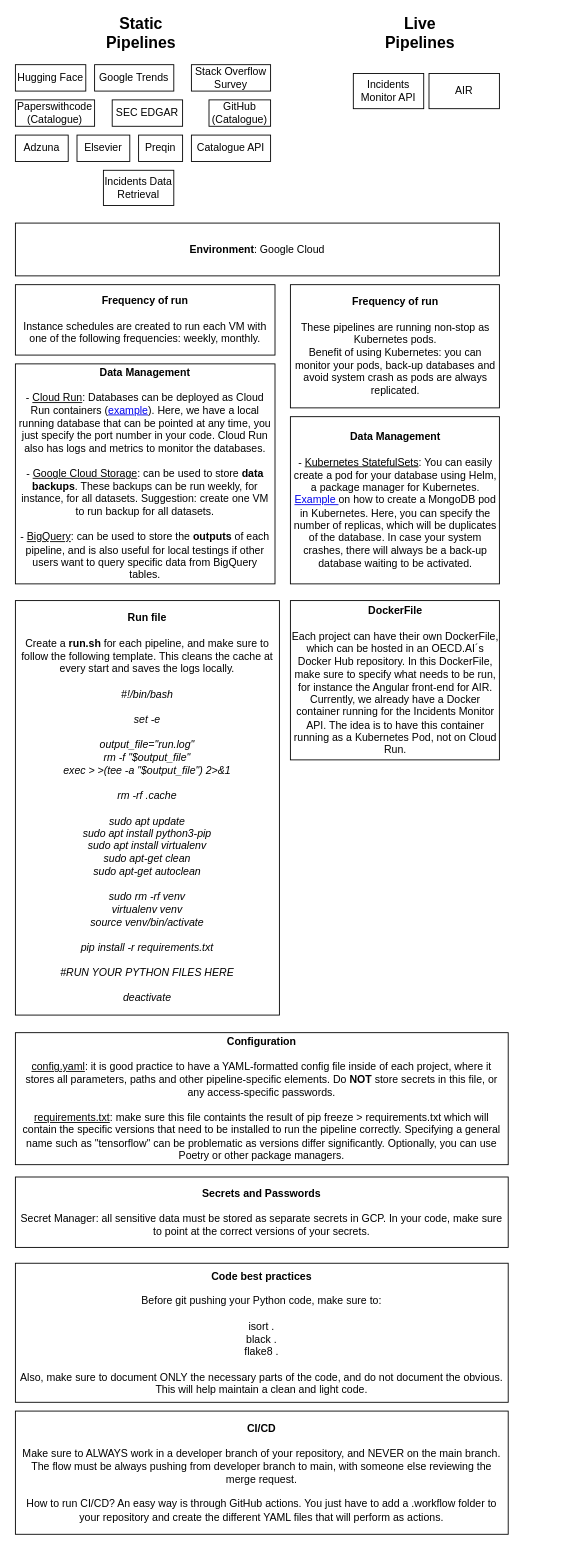
This is OECD-AI-Infrastructure.drawio from fabio-oecd/oecd-ai-infrastructure, a draw.io file, before an edit. Source tidied: cells renumbered, new cells numbered last; positions are measured from the earlier drawing's top-left corner, leaving out a move shared by most shapes. Both pictures are drawn from the tidied source at 88%, with x=0, y=0 at pixel (15, 20).
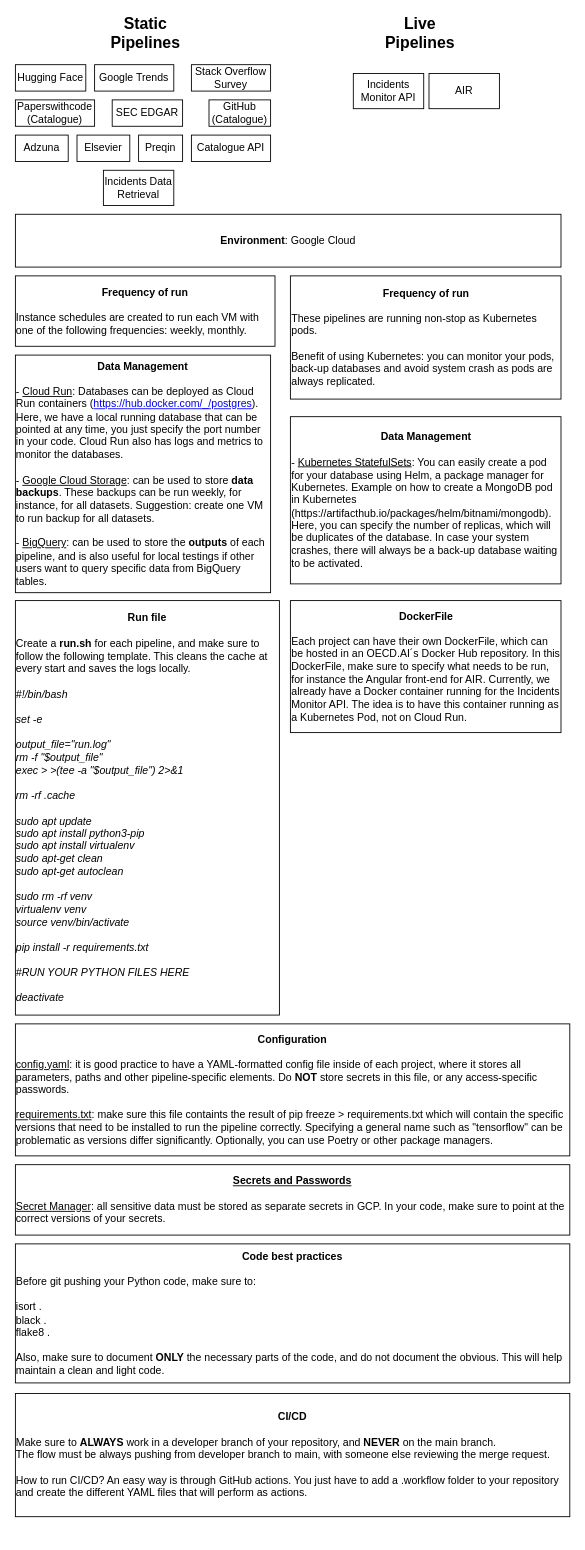
The same diagram, later.

Diff of the diagram source:
```diff
@@
     <mxCell id="2" value="&lt;b&gt;&lt;font style=&quot;font-size: 18px;&quot;&gt;Static Pipelines&lt;/font&gt;&lt;/b&gt;" style="text;html=1;align=center;verticalAlign=middle;whiteSpace=wrap;rounded=0;" parent="1" vertex="1">
-      <mxGeometry x="112.5" width="60" height="30" as="geometry" />
+      <mxGeometry x="117.5" width="60" height="30" as="geometry" />
     </mxCell>
@@
-    <mxCell id="17" value="&lt;b&gt;Data Management&lt;/b&gt;&lt;div&gt;&lt;br&gt;&lt;/div&gt;&lt;div&gt;- &lt;u&gt;Cloud Run&lt;/u&gt;:&amp;nbsp;&lt;span style=&quot;background-color: initial;&quot;&gt;Databases can be deployed as Cloud Run containers (&lt;/span&gt;&lt;a style=&quot;background-color: initial;&quot; href=&quot;https://hub.docker.com/_/postgres&quot;&gt;example&lt;/a&gt;&lt;span style=&quot;background-color: initial;&quot;&gt;). Here, we have a local running database that can be pointed at any time, you just specify the port number in your code. Cloud Run also has logs and metrics to monitor the databases.&lt;/span&gt;&lt;/div&gt;&lt;div&gt;&lt;span style=&quot;background-color: initial;&quot;&gt;&lt;br&gt;&lt;/span&gt;&lt;/div&gt;&lt;div&gt;&lt;span style=&quot;background-color: initial;&quot;&gt;- &lt;u&gt;Google Cloud Storage&lt;/u&gt;: can be used to store &lt;b&gt;data backups&lt;/b&gt;. These backups can be run weekly, for instance, for all datasets. Suggestion: create one VM to run backup for all datasets.&lt;/span&gt;&lt;/div&gt;&lt;div&gt;&lt;span style=&quot;background-color: initial;&quot;&gt;&lt;br&gt;&lt;/span&gt;&lt;/div&gt;&lt;div&gt;&lt;span style=&quot;background-color: initial;&quot;&gt;- &lt;u&gt;BigQuery&lt;/u&gt;: can be used to store the &lt;b&gt;outputs &lt;/b&gt;of each pipeline, and is also useful for local testings if other users want to query specific data from BigQuery tables.&lt;/span&gt;&lt;/div&gt;" style="rounded=0;whiteSpace=wrap;html=1;" parent="1" vertex="1">
-      <mxGeometry y="390" width="295" height="250" as="geometry" />
+    <mxCell id="17" value="&lt;b&gt;Data Management&lt;/b&gt;&lt;div&gt;&lt;br&gt;&lt;/div&gt;&lt;div style=&quot;text-align: left;&quot;&gt;- &lt;u&gt;Cloud Run&lt;/u&gt;:&amp;nbsp;&lt;span style=&quot;background-color: initial;&quot;&gt;Databases can be deployed as Cloud Run containers (&lt;/span&gt;&lt;a style=&quot;background-color: initial;&quot; href=&quot;https://hub.docker.com/_/postgres&quot;&gt;https://hub.docker.com/_/postgres&lt;/a&gt;&lt;span style=&quot;background-color: initial;&quot;&gt;). Here, we have a local running database that can be pointed at any time, you just specify the port number in your code. Cloud Run also has logs and metrics to monitor the databases.&lt;/span&gt;&lt;/div&gt;&lt;div style=&quot;text-align: left;&quot;&gt;&lt;span style=&quot;background-color: initial;&quot;&gt;&lt;br&gt;&lt;/span&gt;&lt;/div&gt;&lt;div style=&quot;text-align: left;&quot;&gt;&lt;span style=&quot;background-color: initial;&quot;&gt;- &lt;u&gt;Google Cloud Storage&lt;/u&gt;: can be used to store &lt;b&gt;data backups&lt;/b&gt;. These backups can be run weekly, for instance, for all datasets. Suggestion: create one VM to run backup for all datasets.&lt;/span&gt;&lt;/div&gt;&lt;div style=&quot;text-align: left;&quot;&gt;&lt;span style=&quot;background-color: initial;&quot;&gt;&lt;br&gt;&lt;/span&gt;&lt;/div&gt;&lt;div style=&quot;text-align: left;&quot;&gt;&lt;span style=&quot;background-color: initial;&quot;&gt;- &lt;u&gt;BigQuery&lt;/u&gt;: can be used to store the &lt;b&gt;outputs &lt;/b&gt;of each pipeline, and is also useful for local testings if other users want to query specific data from BigQuery tables.&lt;/span&gt;&lt;/div&gt;" style="rounded=0;whiteSpace=wrap;html=1;" parent="1" vertex="1">
+      <mxGeometry y="380" width="290" height="270" as="geometry" />
     </mxCell>
-    <mxCell id="18" value="&lt;b&gt;Configuration&lt;/b&gt;&lt;div&gt;&lt;br&gt;&lt;/div&gt;&lt;div&gt;&lt;u&gt;config.yaml&lt;/u&gt;: it is good practice to have a YAML-formatted config file inside of each project, where it stores all parameters, paths and other pipeline-specific elements. Do &lt;b&gt;NOT &lt;/b&gt;store secrets in this file, or any access-specific passwords.&lt;/div&gt;&lt;div&gt;&lt;br&gt;&lt;/div&gt;&lt;div&gt;&lt;u&gt;requirements.txt&lt;/u&gt;: make sure this file containts the result of pip freeze &amp;gt; requirements.txt which will contain the specific versions that need to be installed to run the pipeline correctly. Specifying a general name such as &quot;tensorflow&quot; can be problematic as versions differ significantly. Optionally, you can use Poetry or other package managers.&lt;/div&gt;" style="rounded=0;whiteSpace=wrap;html=1;" parent="1" vertex="1">
-      <mxGeometry y="1150" width="560" height="150" as="geometry" />
+    <mxCell id="18" value="&lt;b&gt;Configuration&lt;/b&gt;&lt;div&gt;&lt;br&gt;&lt;/div&gt;&lt;div style=&quot;text-align: left;&quot;&gt;&lt;u&gt;config.yaml&lt;/u&gt;: it is good practice to have a YAML-formatted config file inside of each project, where it stores all parameters, paths and other pipeline-specific elements. Do &lt;b&gt;NOT &lt;/b&gt;store secrets in this file, or any access-specific passwords.&lt;/div&gt;&lt;div style=&quot;text-align: left;&quot;&gt;&lt;br&gt;&lt;/div&gt;&lt;div style=&quot;text-align: left;&quot;&gt;&lt;u&gt;requirements.txt&lt;/u&gt;: make sure this file containts the result of pip freeze &amp;gt; requirements.txt which will contain the specific versions that need to be installed to run the pipeline correctly. Specifying a general name such as &quot;tensorflow&quot; can be problematic as versions differ significantly. Optionally, you can use Poetry or other package managers.&lt;/div&gt;" style="rounded=0;whiteSpace=wrap;html=1;" parent="1" vertex="1">
+      <mxGeometry y="1140" width="630" height="150" as="geometry" />
     </mxCell>
-    <mxCell id="19" value="&lt;b&gt;Frequency of run&lt;/b&gt;&lt;div&gt;&lt;b&gt;&lt;br&gt;&lt;/b&gt;&lt;div&gt;Instance schedules are created to run each VM with one of the following frequencies: w&lt;span style=&quot;background-color: initial;&quot;&gt;eekly, m&lt;/span&gt;&lt;span style=&quot;background-color: initial;&quot;&gt;onthly.&lt;/span&gt;&lt;/div&gt;&lt;/div&gt;" style="rounded=0;whiteSpace=wrap;html=1;" parent="1" vertex="1">
-      <mxGeometry y="300" width="295" height="80" as="geometry" />
+    <mxCell id="19" value="&lt;b&gt;Frequency of run&lt;/b&gt;&lt;div&gt;&lt;b&gt;&lt;br&gt;&lt;/b&gt;&lt;div style=&quot;text-align: left;&quot;&gt;Instance schedules are created to run each VM with one of the following frequencies: w&lt;span style=&quot;background-color: initial;&quot;&gt;eekly, m&lt;/span&gt;&lt;span style=&quot;background-color: initial;&quot;&gt;onthly.&lt;/span&gt;&lt;/div&gt;&lt;/div&gt;" style="rounded=0;whiteSpace=wrap;html=1;" parent="1" vertex="1">
+      <mxGeometry y="290" width="295" height="80" as="geometry" />
     </mxCell>
-    <mxCell id="20" value="&lt;div&gt;&lt;b&gt;Secrets and Passwords&lt;/b&gt;&lt;/div&gt;&lt;div&gt;&lt;b&gt;&lt;br&gt;&lt;/b&gt;&lt;/div&gt;&lt;div&gt;Secret Manager: all sensitive data must be stored as separate secrets in GCP. In your code, make sure to point at the correct versions of your secrets.&lt;/div&gt;" style="rounded=0;whiteSpace=wrap;html=1;" parent="1" vertex="1">
-      <mxGeometry y="1314" width="560" height="80" as="geometry" />
+    <mxCell id="20" value="&lt;div&gt;&lt;b&gt;&lt;u&gt;Secrets and Passwords&lt;/u&gt;&lt;/b&gt;&lt;/div&gt;&lt;div&gt;&lt;b&gt;&lt;u&gt;&lt;br&gt;&lt;/u&gt;&lt;/b&gt;&lt;/div&gt;&lt;div style=&quot;text-align: left;&quot;&gt;&lt;u&gt;Secret Manager&lt;/u&gt;: all sensitive data must be stored as separate secrets in GCP. In your code, make sure to point at the correct versions of your secrets.&lt;/div&gt;" style="rounded=0;whiteSpace=wrap;html=1;" parent="1" vertex="1">
+      <mxGeometry y="1300" width="630" height="80" as="geometry" />
     </mxCell>
-    <mxCell id="21" value="&lt;div&gt;&lt;b&gt;Code best practices&lt;/b&gt;&lt;/div&gt;&lt;div&gt;&lt;br&gt;&lt;/div&gt;&lt;div&gt;Before git pushing your Python code, make sure to:&lt;/div&gt;&lt;div&gt;&lt;br&gt;&lt;/div&gt;&lt;div&gt;isort .&lt;/div&gt;&lt;div&gt;black .&lt;/div&gt;&lt;div&gt;flake8 .&lt;/div&gt;&lt;div&gt;&lt;br&gt;&lt;/div&gt;&lt;div&gt;Also, make sure to document ONLY the necessary parts of the code, and do not document the obvious. This will help maintain a clean and light code.&lt;/div&gt;" style="rounded=0;whiteSpace=wrap;html=1;" parent="1" vertex="1">
-      <mxGeometry y="1412" width="560" height="158" as="geometry" />
+    <mxCell id="21" value="&lt;div&gt;&lt;b&gt;Code best practices&lt;/b&gt;&lt;/div&gt;&lt;div&gt;&lt;br&gt;&lt;/div&gt;&lt;div style=&quot;text-align: left;&quot;&gt;Before git pushing your Python code, make sure to:&lt;/div&gt;&lt;div style=&quot;text-align: left;&quot;&gt;&lt;br&gt;&lt;/div&gt;&lt;div style=&quot;text-align: left;&quot;&gt;isort .&lt;/div&gt;&lt;div style=&quot;text-align: left;&quot;&gt;black .&lt;/div&gt;&lt;div style=&quot;text-align: left;&quot;&gt;flake8 .&lt;/div&gt;&lt;div style=&quot;text-align: left;&quot;&gt;&lt;br&gt;&lt;/div&gt;&lt;div style=&quot;text-align: left;&quot;&gt;Also, make sure to document &lt;b&gt;ONLY &lt;/b&gt;the necessary parts of the code, and do not document the obvious. This will help maintain a clean and light code.&lt;/div&gt;" style="rounded=0;whiteSpace=wrap;html=1;" parent="1" vertex="1">
+      <mxGeometry y="1390" width="630" height="158" as="geometry" />
     </mxCell>
-    <mxCell id="22" value="&lt;b&gt;Run file&lt;/b&gt;&lt;div&gt;&lt;br&gt;&lt;/div&gt;&lt;div&gt;Create a &lt;b&gt;run.sh&lt;/b&gt; for each pipeline, and make sure to follow the following template. This cleans the cache at every start and saves the logs locally.&lt;/div&gt;&lt;div&gt;&lt;br&gt;&lt;/div&gt;&lt;div&gt;&lt;div&gt;&lt;i&gt;#!/bin/bash&lt;/i&gt;&lt;/div&gt;&lt;div&gt;&lt;i&gt;&lt;br&gt;&lt;/i&gt;&lt;/div&gt;&lt;div&gt;&lt;i&gt;set -e&lt;/i&gt;&lt;/div&gt;&lt;div&gt;&lt;i&gt;&lt;br&gt;&lt;/i&gt;&lt;/div&gt;&lt;div&gt;&lt;i&gt;output_file=&quot;run.log&quot;&lt;/i&gt;&lt;/div&gt;&lt;div&gt;&lt;i&gt;rm -f &quot;$output_file&quot;&lt;/i&gt;&lt;/div&gt;&lt;div&gt;&lt;i&gt;exec &amp;gt; &amp;gt;(tee -a &quot;$output_file&quot;) 2&amp;gt;&amp;amp;1&lt;/i&gt;&lt;/div&gt;&lt;div&gt;&lt;i&gt;&lt;br&gt;&lt;/i&gt;&lt;/div&gt;&lt;div&gt;&lt;i&gt;rm -rf .cache&lt;/i&gt;&lt;/div&gt;&lt;div&gt;&lt;i&gt;&lt;br&gt;&lt;/i&gt;&lt;/div&gt;&lt;div&gt;&lt;i&gt;sudo apt update&lt;/i&gt;&lt;/div&gt;&lt;div&gt;&lt;i&gt;sudo apt install python3-pip&lt;/i&gt;&lt;/div&gt;&lt;div&gt;&lt;i&gt;sudo apt install virtualenv&lt;/i&gt;&lt;/div&gt;&lt;div&gt;&lt;i&gt;sudo apt-get clean&lt;/i&gt;&lt;/div&gt;&lt;div&gt;&lt;i&gt;sudo apt-get autoclean&lt;/i&gt;&lt;/div&gt;&lt;div&gt;&lt;i&gt;&lt;br&gt;&lt;/i&gt;&lt;/div&gt;&lt;div&gt;&lt;i&gt;sudo rm -rf venv&lt;/i&gt;&lt;/div&gt;&lt;div&gt;&lt;i&gt;virtualenv venv&lt;/i&gt;&lt;/div&gt;&lt;div&gt;&lt;i&gt;source venv/bin/activate&lt;/i&gt;&lt;/div&gt;&lt;div&gt;&lt;i&gt;&lt;br&gt;&lt;/i&gt;&lt;/div&gt;&lt;div&gt;&lt;i&gt;pip install -r requirements.txt&lt;/i&gt;&lt;/div&gt;&lt;div&gt;&lt;i&gt;&lt;br&gt;&lt;/i&gt;&lt;/div&gt;&lt;div&gt;&lt;i&gt;#RUN YOUR PYTHON FILES HERE&lt;/i&gt;&lt;/div&gt;&lt;div&gt;&lt;i&gt;&lt;br&gt;&lt;/i&gt;&lt;/div&gt;&lt;div&gt;&lt;i&gt;deactivate&lt;/i&gt;&lt;/div&gt;&lt;/div&gt;" style="rounded=0;whiteSpace=wrap;html=1;" parent="1" vertex="1">
+    <mxCell id="22" value="&lt;b&gt;Run file&lt;/b&gt;&lt;div&gt;&lt;br&gt;&lt;/div&gt;&lt;div style=&quot;text-align: left;&quot;&gt;Create a &lt;b&gt;run.sh&lt;/b&gt; for each pipeline, and make sure to follow the following template. This cleans the cache at every start and saves the logs locally.&lt;/div&gt;&lt;div style=&quot;text-align: left;&quot;&gt;&lt;br&gt;&lt;/div&gt;&lt;div&gt;&lt;div style=&quot;text-align: left;&quot;&gt;&lt;i&gt;#!/bin/bash&lt;/i&gt;&lt;/div&gt;&lt;div style=&quot;text-align: left;&quot;&gt;&lt;i&gt;&lt;br&gt;&lt;/i&gt;&lt;/div&gt;&lt;div style=&quot;text-align: left;&quot;&gt;&lt;i&gt;set -e&lt;/i&gt;&lt;/div&gt;&lt;div style=&quot;text-align: left;&quot;&gt;&lt;i&gt;&lt;br&gt;&lt;/i&gt;&lt;/div&gt;&lt;div style=&quot;text-align: left;&quot;&gt;&lt;i&gt;output_file=&quot;run.log&quot;&lt;/i&gt;&lt;/div&gt;&lt;div style=&quot;text-align: left;&quot;&gt;&lt;i&gt;rm -f &quot;$output_file&quot;&lt;/i&gt;&lt;/div&gt;&lt;div style=&quot;text-align: left;&quot;&gt;&lt;i&gt;exec &amp;gt; &amp;gt;(tee -a &quot;$output_file&quot;) 2&amp;gt;&amp;amp;1&lt;/i&gt;&lt;/div&gt;&lt;div style=&quot;text-align: left;&quot;&gt;&lt;i&gt;&lt;br&gt;&lt;/i&gt;&lt;/div&gt;&lt;div style=&quot;text-align: left;&quot;&gt;&lt;i&gt;rm -rf .cache&lt;/i&gt;&lt;/div&gt;&lt;div style=&quot;text-align: left;&quot;&gt;&lt;i&gt;&lt;br&gt;&lt;/i&gt;&lt;/div&gt;&lt;div style=&quot;text-align: left;&quot;&gt;&lt;i&gt;sudo apt update&lt;/i&gt;&lt;/div&gt;&lt;div style=&quot;text-align: left;&quot;&gt;&lt;i&gt;sudo apt install python3-pip&lt;/i&gt;&lt;/div&gt;&lt;div style=&quot;text-align: left;&quot;&gt;&lt;i&gt;sudo apt install virtualenv&lt;/i&gt;&lt;/div&gt;&lt;div style=&quot;text-align: left;&quot;&gt;&lt;i&gt;sudo apt-get clean&lt;/i&gt;&lt;/div&gt;&lt;div style=&quot;text-align: left;&quot;&gt;&lt;i&gt;sudo apt-get autoclean&lt;/i&gt;&lt;/div&gt;&lt;div style=&quot;text-align: left;&quot;&gt;&lt;i&gt;&lt;br&gt;&lt;/i&gt;&lt;/div&gt;&lt;div style=&quot;text-align: left;&quot;&gt;&lt;i&gt;sudo rm -rf venv&lt;/i&gt;&lt;/div&gt;&lt;div style=&quot;text-align: left;&quot;&gt;&lt;i&gt;virtualenv venv&lt;/i&gt;&lt;/div&gt;&lt;div style=&quot;text-align: left;&quot;&gt;&lt;i&gt;source venv/bin/activate&lt;/i&gt;&lt;/div&gt;&lt;div style=&quot;text-align: left;&quot;&gt;&lt;i&gt;&lt;br&gt;&lt;/i&gt;&lt;/div&gt;&lt;div style=&quot;text-align: left;&quot;&gt;&lt;i&gt;pip install -r requirements.txt&lt;/i&gt;&lt;/div&gt;&lt;div style=&quot;text-align: left;&quot;&gt;&lt;i&gt;&lt;br&gt;&lt;/i&gt;&lt;/div&gt;&lt;div style=&quot;text-align: left;&quot;&gt;&lt;i&gt;#RUN YOUR PYTHON FILES HERE&lt;/i&gt;&lt;/div&gt;&lt;div style=&quot;text-align: left;&quot;&gt;&lt;i&gt;&lt;br&gt;&lt;/i&gt;&lt;/div&gt;&lt;div style=&quot;text-align: left;&quot;&gt;&lt;i&gt;deactivate&lt;/i&gt;&lt;/div&gt;&lt;/div&gt;" style="rounded=0;whiteSpace=wrap;html=1;" parent="1" vertex="1">
       <mxGeometry y="659" width="300" height="471" as="geometry" />
     </mxCell>
     <mxCell id="23" value="&lt;b&gt;Environment&lt;/b&gt;: Google Cloud" style="rounded=0;whiteSpace=wrap;html=1;" parent="1" vertex="1">
-      <mxGeometry y="230" width="550" height="60" as="geometry" />
+      <mxGeometry y="220" width="620" height="60" as="geometry" />
     </mxCell>
-    <mxCell id="24" value="&lt;b&gt;Frequency of run&lt;/b&gt;&lt;div&gt;&lt;b&gt;&lt;br&gt;&lt;/b&gt;&lt;div&gt;These pipelines are running non-stop as Kubernetes pods.&lt;/div&gt;&lt;/div&gt;&lt;div&gt;Benefit of using Kubernetes: you can monitor your pods, back-up databases and avoid system crash as pods are always replicated.&lt;/div&gt;" style="rounded=0;whiteSpace=wrap;html=1;" parent="1" vertex="1">
-      <mxGeometry x="312.5" y="300" width="237.5" height="140" as="geometry" />
+    <mxCell id="24" value="&lt;b&gt;Frequency of run&lt;/b&gt;&lt;div&gt;&lt;b&gt;&lt;br&gt;&lt;/b&gt;&lt;div style=&quot;text-align: left;&quot;&gt;These pipelines are running non-stop as Kubernetes pods.&lt;/div&gt;&lt;/div&gt;&lt;div style=&quot;text-align: left;&quot;&gt;&lt;br&gt;&lt;/div&gt;&lt;div style=&quot;text-align: left;&quot;&gt;Benefit of using Kubernetes: you can monitor your pods, back-up databases and avoid system crash as pods are always replicated.&lt;/div&gt;" style="rounded=0;whiteSpace=wrap;html=1;" parent="1" vertex="1">
+      <mxGeometry x="312.5" y="290" width="307.5" height="140" as="geometry" />
     </mxCell>
-    <mxCell id="25" value="&lt;b&gt;Data Management&lt;/b&gt;&lt;div&gt;&lt;br&gt;&lt;/div&gt;&lt;div&gt;- &lt;u&gt;Kubernetes StatefulSets&lt;/u&gt;: You can easily create a pod for your database using Helm, a package manager for Kubernetes. &lt;a href=&quot;https://artifacthub.io/packages/helm/bitnami/mongodb&quot;&gt;Example &lt;/a&gt;on how to create a MongoDB pod in Kubernetes. Here, you can specify the number of replicas, which will be duplicates of the database. In case your system crashes, there will always be a back-up database waiting to be activated.&lt;/div&gt;" style="rounded=0;whiteSpace=wrap;html=1;" parent="1" vertex="1">
-      <mxGeometry x="312.5" y="450" width="237.5" height="190" as="geometry" />
+    <mxCell id="25" value="&lt;b&gt;Data Management&lt;/b&gt;&lt;div&gt;&lt;br&gt;&lt;/div&gt;&lt;div style=&quot;text-align: left;&quot;&gt;- &lt;u&gt;Kubernetes StatefulSets&lt;/u&gt;: You can easily create a pod for your database using Helm, a package manager for Kubernetes. Example on how to create a MongoDB pod in Kubernetes (https://artifacthub.io/packages/helm/bitnami/mongodb&lt;span style=&quot;background-color: initial;&quot;&gt;). Here, you can specify the number of replicas, which will be duplicates of the database. In case your system crashes, there will always be a back-up database waiting to be activated.&lt;/span&gt;&lt;/div&gt;" style="rounded=0;whiteSpace=wrap;html=1;" parent="1" vertex="1">
+      <mxGeometry x="312.5" y="450" width="307.5" height="190" as="geometry" />
     </mxCell>
-    <mxCell id="26" value="&lt;div&gt;&lt;b&gt;DockerFile&lt;/b&gt;&lt;/div&gt;&lt;div&gt;&lt;br&gt;&lt;/div&gt;&lt;div&gt;Each project can have their own DockerFile, which can be hosted in an OECD.AI´s Docker Hub repository. In this DockerFile, make sure to specify what needs to be run, for instance the Angular front-end for AIR. Currently, we already have a Docker container running for the Incidents Monitor API. The idea is to have this container running as a Kubernetes Pod, not on Cloud Run.&lt;/div&gt;" style="rounded=0;whiteSpace=wrap;html=1;" parent="1" vertex="1">
-      <mxGeometry x="312.5" y="659" width="237.5" height="181" as="geometry" />
+    <mxCell id="26" value="&lt;div&gt;&lt;b&gt;DockerFile&lt;/b&gt;&lt;/div&gt;&lt;div&gt;&lt;br&gt;&lt;/div&gt;&lt;div style=&quot;text-align: left;&quot;&gt;Each project can have their own DockerFile, which can be hosted in an OECD.AI´s Docker Hub repository. In this DockerFile, make sure to specify what needs to be run, for instance the Angular front-end for AIR. Currently, we already have a Docker container running for the Incidents Monitor API. The idea is to have this container running as a Kubernetes Pod, not on Cloud Run.&lt;/div&gt;" style="rounded=0;whiteSpace=wrap;html=1;" parent="1" vertex="1">
+      <mxGeometry x="312.5" y="659" width="307.5" height="150" as="geometry" />
     </mxCell>
-    <mxCell id="27" value="&lt;div&gt;&lt;b&gt;CI/CD&lt;/b&gt;&lt;/div&gt;&lt;div&gt;&lt;br&gt;&lt;/div&gt;&lt;div&gt;Make sure to ALWAYS work in a developer branch of your repository, and NEVER on the main branch.&lt;/div&gt;&lt;div&gt;The flow must be always pushing from developer branch to main, with someone else reviewing the merge request.&lt;/div&gt;&lt;div&gt;&lt;br&gt;&lt;/div&gt;&lt;div&gt;How to run CI/CD? An easy way is through GitHub actions. You just have to add a .workflow folder to your repository and create the different YAML files that will perform as actions.&lt;/div&gt;" style="rounded=0;whiteSpace=wrap;html=1;" parent="1" vertex="1">
-      <mxGeometry y="1580" width="560" height="140" as="geometry" />
+    <mxCell id="27" value="&lt;div&gt;&lt;b&gt;CI/CD&lt;/b&gt;&lt;/div&gt;&lt;div&gt;&lt;br&gt;&lt;/div&gt;&lt;div style=&quot;text-align: left;&quot;&gt;Make sure to &lt;b&gt;ALWAYS &lt;/b&gt;work in a developer branch of your repository, and &lt;b&gt;NEVER &lt;/b&gt;on the main branch.&lt;/div&gt;&lt;div style=&quot;text-align: left;&quot;&gt;The flow must be always pushing from developer branch to main, with someone else reviewing the merge request.&lt;/div&gt;&lt;div style=&quot;text-align: left;&quot;&gt;&lt;br&gt;&lt;/div&gt;&lt;div style=&quot;text-align: left;&quot;&gt;How to run CI/CD? An easy way is through GitHub actions. You just have to add a .workflow folder to your repository and create the different YAML files that will perform as actions.&lt;/div&gt;" style="rounded=0;whiteSpace=wrap;html=1;" parent="1" vertex="1">
+      <mxGeometry y="1560" width="630" height="140" as="geometry" />
     </mxCell>
```
